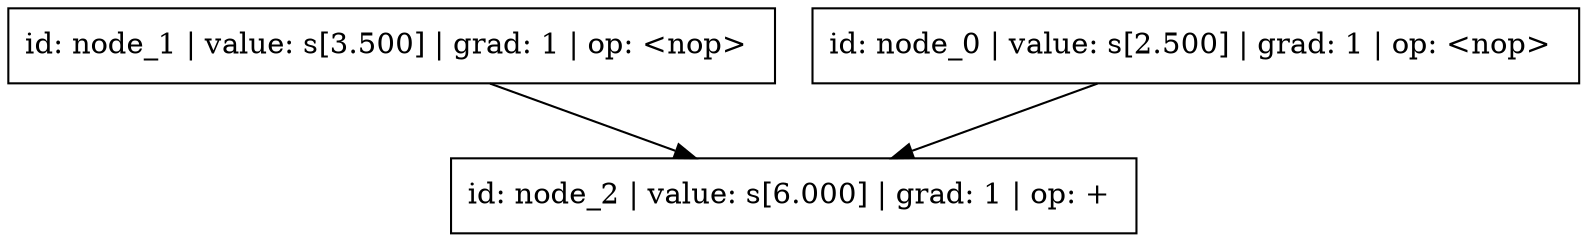
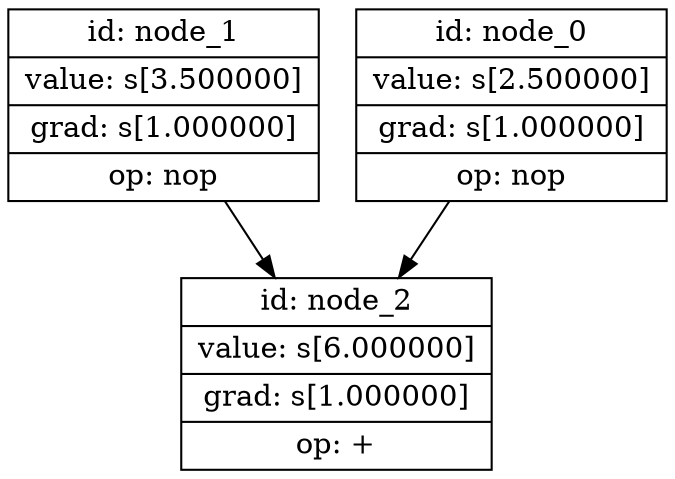
digraph ComputeGraph {
rankdir=TB;

- node_2 [label="id: node_2 | value: s[6.000] | grad: 1 | op: + ", shape=box]
- node_1 [label="id: node_1 | value: s[3.500] | grad: 1 | op: <nop> ", shape=box]
- node_0 [label="id: node_0 | value: s[2.500] | grad: 1 | op: <nop> ", shape=box]
+ node_2 [label="{id: node_2 | value: s[6.000000] | grad: s[1.000000] | op: +}", shape=record]
+ node_1 [label="{id: node_1 | value: s[3.500000] | grad: s[1.000000] | op: nop}", shape=record]
+ node_0 [label="{id: node_0 | value: s[2.500000] | grad: s[1.000000] | op: nop}", shape=record]
node_0 -> node_2;
node_1 -> node_2;

}
